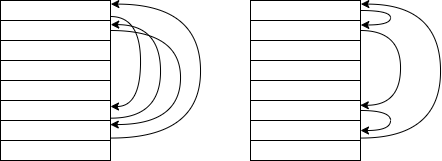
Above: doc/kolloquium/img/incl.png in SomeUserName1/master (draw.io), before the change. Source tidied: cells renumbered, new cells last; positions are measured from the earlier drawing's top-left corner, leaving out a move shared by most shapes. Source of this version:
```xml
<mxGraphModel>
  <root>
    <mxCell id="0" />
    <mxCell id="1" parent="0" />
    <mxCell id="2" style="shape=table;html=1;whiteSpace=wrap;startSize=0;" parent="1" vertex="1">
      <mxGeometry width="110" height="160" as="geometry" />
    </mxCell>
    <mxCell id="3" style="shape=partialRectangle;html=1;whiteSpace=wrap;fillColor=none;top=0;left=0;bottom=0;right=0;points=[[0,0.5],[1,0.5]];portConstraint=eastwest;" parent="2" vertex="1">
      <mxGeometry width="110" height="20" as="geometry" />
    </mxCell>
    <mxCell id="4" style="shape=partialRectangle;html=1;whiteSpace=wrap;top=0;left=0;bottom=0;right=0;overflow=hidden;fillColor=none;" parent="3" vertex="1">
      <mxGeometry width="110" height="20" as="geometry" />
    </mxCell>
    <mxCell id="5" style="shape=partialRectangle;html=1;whiteSpace=wrap;fillColor=none;top=0;left=0;bottom=0;right=0;points=[[0,0.5],[1,0.5]];portConstraint=eastwest;" parent="2" vertex="1">
      <mxGeometry y="20" width="110" height="20" as="geometry" />
    </mxCell>
    <mxCell id="6" style="shape=partialRectangle;html=1;whiteSpace=wrap;top=0;left=0;bottom=0;right=0;overflow=hidden;fillColor=none;" parent="5" vertex="1">
      <mxGeometry width="110" height="20" as="geometry" />
    </mxCell>
    <mxCell id="7" style="shape=partialRectangle;html=1;whiteSpace=wrap;fillColor=none;top=0;left=0;bottom=0;right=0;" parent="2" vertex="1">
      <mxGeometry y="40" width="110" height="20" as="geometry" />
    </mxCell>
    <mxCell id="8" style="shape=partialRectangle;html=1;whiteSpace=wrap;top=0;left=0;bottom=0;right=0;overflow=hidden;fillColor=none;" parent="7" vertex="1">
      <mxGeometry width="110" height="20" as="geometry" />
    </mxCell>
    <mxCell id="9" style="shape=partialRectangle;html=1;whiteSpace=wrap;fillColor=none;top=0;left=0;bottom=0;right=0;" parent="2" vertex="1">
      <mxGeometry y="60" width="110" height="20" as="geometry" />
    </mxCell>
    <mxCell id="10" style="shape=partialRectangle;html=1;whiteSpace=wrap;top=0;left=0;bottom=0;right=0;overflow=hidden;fillColor=none;" parent="9" vertex="1">
      <mxGeometry width="110" height="20" as="geometry" />
    </mxCell>
    <mxCell id="11" style="shape=partialRectangle;html=1;whiteSpace=wrap;fillColor=none;top=0;left=0;bottom=0;right=0;" parent="2" vertex="1">
      <mxGeometry y="80" width="110" height="20" as="geometry" />
    </mxCell>
    <mxCell id="12" style="shape=partialRectangle;html=1;whiteSpace=wrap;top=0;left=0;bottom=0;right=0;overflow=hidden;fillColor=none;" parent="11" vertex="1">
      <mxGeometry width="110" height="20" as="geometry" />
    </mxCell>
    <mxCell id="13" style="shape=partialRectangle;html=1;whiteSpace=wrap;fillColor=none;top=0;left=0;bottom=0;right=0;points=[[0,0.5],[1,0.5]];portConstraint=eastwest;" parent="2" vertex="1">
      <mxGeometry y="100" width="110" height="20" as="geometry" />
    </mxCell>
    <mxCell id="14" style="shape=partialRectangle;html=1;whiteSpace=wrap;top=0;left=0;bottom=0;right=0;overflow=hidden;fillColor=none;" parent="13" vertex="1">
      <mxGeometry width="110" height="20" as="geometry" />
    </mxCell>
    <mxCell id="15" style="shape=partialRectangle;html=1;whiteSpace=wrap;fillColor=none;top=0;left=0;bottom=0;right=0;points=[[0,0.5],[1,0.5]];portConstraint=eastwest;" parent="2" vertex="1">
      <mxGeometry y="120" width="110" height="20" as="geometry" />
    </mxCell>
    <mxCell id="16" style="shape=partialRectangle;html=1;whiteSpace=wrap;top=0;left=0;bottom=0;right=0;overflow=hidden;fillColor=none;" parent="15" vertex="1">
      <mxGeometry width="110" height="20" as="geometry" />
    </mxCell>
    <mxCell id="17" style="shape=partialRectangle;html=1;whiteSpace=wrap;fillColor=none;top=0;left=0;bottom=0;right=0;" parent="2" vertex="1">
      <mxGeometry y="140" width="110" height="20" as="geometry" />
    </mxCell>
    <mxCell id="18" style="shape=partialRectangle;html=1;whiteSpace=wrap;top=0;left=0;bottom=0;right=0;overflow=hidden;fillColor=none;" parent="17" vertex="1">
      <mxGeometry width="110" height="20" as="geometry" />
    </mxCell>
    <mxCell id="19" style="endArrow=classic;html=1;exitX=1.003;exitY=0.883;exitDx=0;exitDy=0;edgeStyle=orthogonalEdgeStyle;exitPerimeter=0;entryX=1.002;entryY=0.206;entryDx=0;entryDy=0;entryPerimeter=0;elbow=vertical;curved=1;" parent="2" edge="1" source="13" target="5">
      <mxGeometry relative="1" as="geometry">
        <Array as="points">
          <mxPoint x="160" y="118" />
          <mxPoint x="160" y="24" />
        </Array>
      </mxGeometry>
    </mxCell>
    <mxCell id="20" style="endArrow=classic;html=1;entryX=0.998;entryY=0.203;entryDx=0;entryDy=0;entryPerimeter=0;exitX=1;exitY=0.5;exitDx=0;exitDy=0;edgeStyle=orthogonalEdgeStyle;curved=1;" parent="2" edge="1" source="5" target="15">
      <mxGeometry relative="1" as="geometry">
        <Array as="points">
          <mxPoint x="180" y="30" />
          <mxPoint x="180" y="124" />
        </Array>
      </mxGeometry>
    </mxCell>
    <mxCell id="21" style="endArrow=classic;html=1;entryX=1.003;entryY=0.18;entryDx=0;entryDy=0;entryPerimeter=0;exitX=1.002;exitY=0.878;exitDx=0;exitDy=0;exitPerimeter=0;edgeStyle=orthogonalEdgeStyle;curved=1;" parent="2" edge="1" source="15" target="3">
      <mxGeometry relative="1" as="geometry">
        <Array as="points">
          <mxPoint x="200" y="138" />
          <mxPoint x="200" y="4" />
        </Array>
      </mxGeometry>
    </mxCell>
    <mxCell id="22" style="shape=table;html=1;whiteSpace=wrap;startSize=0;" parent="1" vertex="1">
      <mxGeometry x="250" width="110" height="160" as="geometry" />
    </mxCell>
    <mxCell id="23" style="shape=partialRectangle;html=1;whiteSpace=wrap;fillColor=none;top=0;left=0;bottom=0;right=0;points=[[0,0.5],[1,0.5]];portConstraint=eastwest;" parent="22" vertex="1">
      <mxGeometry width="110" height="20" as="geometry" />
    </mxCell>
    <mxCell id="24" style="shape=partialRectangle;html=1;whiteSpace=wrap;top=0;left=0;bottom=0;right=0;overflow=hidden;fillColor=none;" parent="23" vertex="1">
      <mxGeometry width="110" height="20" as="geometry" />
    </mxCell>
    <mxCell id="25" style="shape=partialRectangle;html=1;whiteSpace=wrap;fillColor=none;top=0;left=0;bottom=0;right=0;points=[[0,0.5],[1,0.5]];portConstraint=eastwest;" parent="22" vertex="1">
      <mxGeometry y="20" width="110" height="20" as="geometry" />
    </mxCell>
    <mxCell id="26" style="shape=partialRectangle;html=1;whiteSpace=wrap;top=0;left=0;bottom=0;right=0;overflow=hidden;fillColor=none;" parent="25" vertex="1">
      <mxGeometry width="110" height="20" as="geometry" />
    </mxCell>
    <mxCell id="27" style="shape=partialRectangle;html=1;whiteSpace=wrap;fillColor=none;top=0;left=0;bottom=0;right=0;" parent="22" vertex="1">
      <mxGeometry y="40" width="110" height="20" as="geometry" />
    </mxCell>
    <mxCell id="28" style="shape=partialRectangle;html=1;whiteSpace=wrap;top=0;left=0;bottom=0;right=0;overflow=hidden;fillColor=none;" parent="27" vertex="1">
      <mxGeometry width="110" height="20" as="geometry" />
    </mxCell>
    <mxCell id="29" style="shape=partialRectangle;html=1;whiteSpace=wrap;fillColor=none;top=0;left=0;bottom=0;right=0;" parent="22" vertex="1">
      <mxGeometry y="60" width="110" height="20" as="geometry" />
    </mxCell>
    <mxCell id="30" style="shape=partialRectangle;html=1;whiteSpace=wrap;top=0;left=0;bottom=0;right=0;overflow=hidden;fillColor=none;" parent="29" vertex="1">
      <mxGeometry width="110" height="20" as="geometry" />
    </mxCell>
    <mxCell id="31" style="shape=partialRectangle;html=1;whiteSpace=wrap;fillColor=none;top=0;left=0;bottom=0;right=0;" parent="22" vertex="1">
      <mxGeometry y="80" width="110" height="20" as="geometry" />
    </mxCell>
    <mxCell id="32" style="shape=partialRectangle;html=1;whiteSpace=wrap;top=0;left=0;bottom=0;right=0;overflow=hidden;fillColor=none;" parent="31" vertex="1">
      <mxGeometry width="110" height="20" as="geometry" />
    </mxCell>
    <mxCell id="33" style="shape=partialRectangle;html=1;whiteSpace=wrap;fillColor=none;top=0;left=0;bottom=0;right=0;points=[[0,0.5],[1,0.5]];portConstraint=eastwest;" parent="22" vertex="1">
      <mxGeometry y="100" width="110" height="20" as="geometry" />
    </mxCell>
    <mxCell id="34" style="shape=partialRectangle;html=1;whiteSpace=wrap;top=0;left=0;bottom=0;right=0;overflow=hidden;fillColor=none;" parent="33" vertex="1">
      <mxGeometry width="110" height="20" as="geometry" />
    </mxCell>
    <mxCell id="35" style="shape=partialRectangle;html=1;whiteSpace=wrap;fillColor=none;top=0;left=0;bottom=0;right=0;points=[[0,0.5],[1,0.5]];portConstraint=eastwest;" parent="22" vertex="1">
      <mxGeometry y="120" width="110" height="20" as="geometry" />
    </mxCell>
    <mxCell id="36" style="shape=partialRectangle;html=1;whiteSpace=wrap;top=0;left=0;bottom=0;right=0;overflow=hidden;fillColor=none;" parent="35" vertex="1">
      <mxGeometry width="110" height="20" as="geometry" />
    </mxCell>
    <mxCell id="37" style="shape=partialRectangle;html=1;whiteSpace=wrap;fillColor=none;top=0;left=0;bottom=0;right=0;" parent="22" vertex="1">
      <mxGeometry y="140" width="110" height="20" as="geometry" />
    </mxCell>
    <mxCell id="38" style="shape=partialRectangle;html=1;whiteSpace=wrap;top=0;left=0;bottom=0;right=0;overflow=hidden;fillColor=none;" parent="37" vertex="1">
      <mxGeometry width="110" height="20" as="geometry" />
    </mxCell>
    <mxCell id="39" style="endArrow=classic;html=1;exitX=1;exitY=0.5;exitDx=0;exitDy=0;edgeStyle=orthogonalEdgeStyle;entryX=1.003;entryY=0.223;entryDx=0;entryDy=0;entryPerimeter=0;curved=1;" parent="22" edge="1" source="23" target="25">
      <mxGeometry relative="1" as="geometry">
        <Array as="points">
          <mxPoint x="140" y="10" />
          <mxPoint x="140" y="24" />
        </Array>
      </mxGeometry>
    </mxCell>
    <mxCell id="40" style="endArrow=classic;html=1;exitX=1;exitY=0.5;exitDx=0;exitDy=0;edgeStyle=orthogonalEdgeStyle;elbow=vertical;curved=1;entryX=1;entryY=0.5;entryDx=0;entryDy=0;" parent="22" edge="1" source="33" target="35">
      <mxGeometry relative="1" as="geometry">
        <Array as="points">
          <mxPoint x="140" y="110" />
          <mxPoint x="140" y="130" />
        </Array>
      </mxGeometry>
    </mxCell>
    <mxCell id="41" style="endArrow=classic;html=1;entryX=0.998;entryY=0.24;entryDx=0;entryDy=0;entryPerimeter=0;exitX=1;exitY=0.5;exitDx=0;exitDy=0;edgeStyle=orthogonalEdgeStyle;curved=1;" parent="22" edge="1" source="25" target="33">
      <mxGeometry relative="1" as="geometry">
        <Array as="points">
          <mxPoint x="150" y="30" />
          <mxPoint x="150" y="105" />
        </Array>
      </mxGeometry>
    </mxCell>
    <mxCell id="42" style="endArrow=classic;html=1;entryX=1.003;entryY=0.18;entryDx=0;entryDy=0;entryPerimeter=0;exitX=1.002;exitY=0.878;exitDx=0;exitDy=0;exitPerimeter=0;edgeStyle=orthogonalEdgeStyle;curved=1;" parent="22" edge="1" source="35" target="23">
      <mxGeometry relative="1" as="geometry">
        <Array as="points">
          <mxPoint x="190" y="138" />
          <mxPoint x="190" y="4" />
        </Array>
      </mxGeometry>
    </mxCell>
    <mxCell id="43" style="endArrow=classic;html=1;exitX=1;exitY=0.5;exitDx=0;exitDy=0;edgeStyle=orthogonalEdgeStyle;curved=1;" parent="1" edge="1">
      <mxGeometry relative="1" as="geometry">
        <mxPoint x="110" y="16" as="sourcePoint" />
        <mxPoint x="110" y="106" as="targetPoint" />
        <Array as="points">
          <mxPoint x="140" y="16" />
          <mxPoint x="140" y="106" />
        </Array>
      </mxGeometry>
    </mxCell>
  </root>
</mxGraphModel>
```
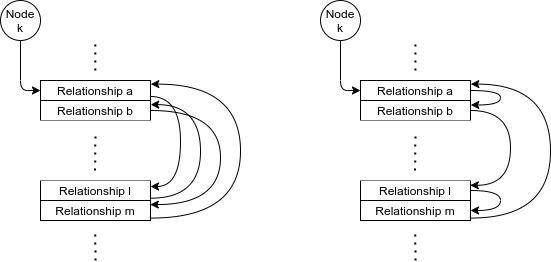
The same diagram one commit later.

Diff of the diagram source:
```diff
@@ -3,56 +3,50 @@
     <mxCell id="0" />
     <mxCell id="1" parent="0" />
     <mxCell id="2" style="shape=table;html=1;whiteSpace=wrap;startSize=0;" parent="1" vertex="1">
-      <mxGeometry width="110" height="160" as="geometry" />
+      <mxGeometry width="110" height="140" as="geometry" />
     </mxCell>
     <mxCell id="3" style="shape=partialRectangle;html=1;whiteSpace=wrap;fillColor=none;top=0;left=0;bottom=0;right=0;points=[[0,0.5],[1,0.5]];portConstraint=eastwest;" parent="2" vertex="1">
       <mxGeometry width="110" height="20" as="geometry" />
     </mxCell>
-    <mxCell id="4" style="shape=partialRectangle;html=1;whiteSpace=wrap;top=0;left=0;bottom=0;right=0;overflow=hidden;fillColor=none;" parent="3" vertex="1">
+    <mxCell id="4" value="Relationship a" style="shape=partialRectangle;html=1;whiteSpace=wrap;top=0;left=0;bottom=0;right=0;overflow=hidden;fillColor=none;" parent="3" vertex="1">
       <mxGeometry width="110" height="20" as="geometry" />
     </mxCell>
     <mxCell id="5" style="shape=partialRectangle;html=1;whiteSpace=wrap;fillColor=none;top=0;left=0;bottom=0;right=0;points=[[0,0.5],[1,0.5]];portConstraint=eastwest;" parent="2" vertex="1">
       <mxGeometry y="20" width="110" height="20" as="geometry" />
     </mxCell>
-    <mxCell id="6" style="shape=partialRectangle;html=1;whiteSpace=wrap;top=0;left=0;bottom=0;right=0;overflow=hidden;fillColor=none;" parent="5" vertex="1">
+    <mxCell id="6" value="Relationship b" style="shape=partialRectangle;html=1;whiteSpace=wrap;top=0;left=0;bottom=0;right=0;overflow=hidden;fillColor=none;" parent="5" vertex="1">
       <mxGeometry width="110" height="20" as="geometry" />
     </mxCell>
+    <mxCell id="9" style="shape=partialRectangle;html=1;whiteSpace=wrap;fillColor=none;top=0;left=0;bottom=0;right=0;" parent="2" vertex="1">
+      <mxGeometry y="40" width="110" height="20" as="geometry" />
+    </mxCell>
+    <mxCell id="10" style="shape=partialRectangle;html=1;whiteSpace=wrap;top=0;left=0;bottom=0;right=0;overflow=hidden;fillColor=none;strokeColor=none;" parent="9" vertex="1">
+      <mxGeometry width="110" height="20" as="geometry" />
+    </mxCell>
     <mxCell id="7" style="shape=partialRectangle;html=1;whiteSpace=wrap;fillColor=none;top=0;left=0;bottom=0;right=0;" parent="2" vertex="1">
-      <mxGeometry y="40" width="110" height="20" as="geometry" />
+      <mxGeometry y="60" width="110" height="20" as="geometry" />
     </mxCell>
-    <mxCell id="8" style="shape=partialRectangle;html=1;whiteSpace=wrap;top=0;left=0;bottom=0;right=0;overflow=hidden;fillColor=none;" parent="7" vertex="1">
+    <mxCell id="8" style="shape=partialRectangle;html=1;whiteSpace=wrap;top=0;left=0;bottom=0;right=0;overflow=hidden;fillColor=none;strokeColor=none;" parent="7" vertex="1">
       <mxGeometry width="110" height="20" as="geometry" />
     </mxCell>
-    <mxCell id="9" style="shape=partialRectangle;html=1;whiteSpace=wrap;fillColor=none;top=0;left=0;bottom=0;right=0;" parent="2" vertex="1">
-      <mxGeometry y="60" width="110" height="20" as="geometry" />
-    </mxCell>
-    <mxCell id="10" style="shape=partialRectangle;html=1;whiteSpace=wrap;top=0;left=0;bottom=0;right=0;overflow=hidden;fillColor=none;" parent="9" vertex="1">
-      <mxGeometry width="110" height="20" as="geometry" />
-    </mxCell>
     <mxCell id="11" style="shape=partialRectangle;html=1;whiteSpace=wrap;fillColor=none;top=0;left=0;bottom=0;right=0;" parent="2" vertex="1">
       <mxGeometry y="80" width="110" height="20" as="geometry" />
     </mxCell>
-    <mxCell id="12" style="shape=partialRectangle;html=1;whiteSpace=wrap;top=0;left=0;bottom=0;right=0;overflow=hidden;fillColor=none;" parent="11" vertex="1">
+    <mxCell id="12" style="shape=partialRectangle;html=1;whiteSpace=wrap;top=0;left=0;bottom=0;right=0;overflow=hidden;fillColor=none;strokeColor=none;" parent="11" vertex="1">
       <mxGeometry width="110" height="20" as="geometry" />
     </mxCell>
     <mxCell id="13" style="shape=partialRectangle;html=1;whiteSpace=wrap;fillColor=none;top=0;left=0;bottom=0;right=0;points=[[0,0.5],[1,0.5]];portConstraint=eastwest;" parent="2" vertex="1">
       <mxGeometry y="100" width="110" height="20" as="geometry" />
     </mxCell>
-    <mxCell id="14" style="shape=partialRectangle;html=1;whiteSpace=wrap;top=0;left=0;bottom=0;right=0;overflow=hidden;fillColor=none;" parent="13" vertex="1">
+    <mxCell id="14" value="Relationship l" style="shape=partialRectangle;html=1;whiteSpace=wrap;top=0;left=0;bottom=0;right=0;overflow=hidden;fillColor=none;" parent="13" vertex="1">
       <mxGeometry width="110" height="20" as="geometry" />
     </mxCell>
     <mxCell id="15" style="shape=partialRectangle;html=1;whiteSpace=wrap;fillColor=none;top=0;left=0;bottom=0;right=0;points=[[0,0.5],[1,0.5]];portConstraint=eastwest;" parent="2" vertex="1">
       <mxGeometry y="120" width="110" height="20" as="geometry" />
     </mxCell>
-    <mxCell id="16" style="shape=partialRectangle;html=1;whiteSpace=wrap;top=0;left=0;bottom=0;right=0;overflow=hidden;fillColor=none;" parent="15" vertex="1">
+    <mxCell id="16" value="Relationship m" style="shape=partialRectangle;html=1;whiteSpace=wrap;top=0;left=0;bottom=0;right=0;overflow=hidden;fillColor=none;" parent="15" vertex="1">
       <mxGeometry width="110" height="20" as="geometry" />
     </mxCell>
-    <mxCell id="17" style="shape=partialRectangle;html=1;whiteSpace=wrap;fillColor=none;top=0;left=0;bottom=0;right=0;" parent="2" vertex="1">
-      <mxGeometry y="140" width="110" height="20" as="geometry" />
-    </mxCell>
-    <mxCell id="18" style="shape=partialRectangle;html=1;whiteSpace=wrap;top=0;left=0;bottom=0;right=0;overflow=hidden;fillColor=none;" parent="17" vertex="1">
-      <mxGeometry width="110" height="20" as="geometry" />
-    </mxCell>
     <mxCell id="19" style="endArrow=classic;html=1;exitX=1.003;exitY=0.883;exitDx=0;exitDy=0;edgeStyle=orthogonalEdgeStyle;exitPerimeter=0;entryX=1.002;entryY=0.206;entryDx=0;entryDy=0;entryPerimeter=0;elbow=vertical;curved=1;" parent="2" edge="1" source="13" target="5">
       <mxGeometry relative="1" as="geometry">
         <Array as="points">
@@ -78,18 +72,18 @@
       </mxGeometry>
     </mxCell>
     <mxCell id="22" style="shape=table;html=1;whiteSpace=wrap;startSize=0;" parent="1" vertex="1">
-      <mxGeometry x="250" width="110" height="160" as="geometry" />
+      <mxGeometry x="320" width="110" height="140" as="geometry" />
     </mxCell>
     <mxCell id="23" style="shape=partialRectangle;html=1;whiteSpace=wrap;fillColor=none;top=0;left=0;bottom=0;right=0;points=[[0,0.5],[1,0.5]];portConstraint=eastwest;" parent="22" vertex="1">
       <mxGeometry width="110" height="20" as="geometry" />
     </mxCell>
-    <mxCell id="24" style="shape=partialRectangle;html=1;whiteSpace=wrap;top=0;left=0;bottom=0;right=0;overflow=hidden;fillColor=none;" parent="23" vertex="1">
+    <mxCell id="24" value="&lt;span&gt;Relationship a&lt;/span&gt;" style="shape=partialRectangle;html=1;whiteSpace=wrap;top=0;left=0;bottom=0;right=0;overflow=hidden;fillColor=none;" parent="23" vertex="1">
       <mxGeometry width="110" height="20" as="geometry" />
     </mxCell>
     <mxCell id="25" style="shape=partialRectangle;html=1;whiteSpace=wrap;fillColor=none;top=0;left=0;bottom=0;right=0;points=[[0,0.5],[1,0.5]];portConstraint=eastwest;" parent="22" vertex="1">
       <mxGeometry y="20" width="110" height="20" as="geometry" />
     </mxCell>
-    <mxCell id="26" style="shape=partialRectangle;html=1;whiteSpace=wrap;top=0;left=0;bottom=0;right=0;overflow=hidden;fillColor=none;" parent="25" vertex="1">
+    <mxCell id="26" value="&lt;span&gt;Relationship b&lt;/span&gt;" style="shape=partialRectangle;html=1;whiteSpace=wrap;top=0;left=0;bottom=0;right=0;overflow=hidden;fillColor=none;" parent="25" vertex="1">
       <mxGeometry width="110" height="20" as="geometry" />
     </mxCell>
     <mxCell id="27" style="shape=partialRectangle;html=1;whiteSpace=wrap;fillColor=none;top=0;left=0;bottom=0;right=0;" parent="22" vertex="1">
@@ -113,21 +107,15 @@
     <mxCell id="33" style="shape=partialRectangle;html=1;whiteSpace=wrap;fillColor=none;top=0;left=0;bottom=0;right=0;points=[[0,0.5],[1,0.5]];portConstraint=eastwest;" parent="22" vertex="1">
       <mxGeometry y="100" width="110" height="20" as="geometry" />
     </mxCell>
-    <mxCell id="34" style="shape=partialRectangle;html=1;whiteSpace=wrap;top=0;left=0;bottom=0;right=0;overflow=hidden;fillColor=none;" parent="33" vertex="1">
+    <mxCell id="34" value="&lt;span&gt;Relationship l&lt;/span&gt;" style="shape=partialRectangle;html=1;whiteSpace=wrap;top=0;left=0;bottom=0;right=0;overflow=hidden;fillColor=none;" parent="33" vertex="1">
       <mxGeometry width="110" height="20" as="geometry" />
     </mxCell>
     <mxCell id="35" style="shape=partialRectangle;html=1;whiteSpace=wrap;fillColor=none;top=0;left=0;bottom=0;right=0;points=[[0,0.5],[1,0.5]];portConstraint=eastwest;" parent="22" vertex="1">
       <mxGeometry y="120" width="110" height="20" as="geometry" />
     </mxCell>
-    <mxCell id="36" style="shape=partialRectangle;html=1;whiteSpace=wrap;top=0;left=0;bottom=0;right=0;overflow=hidden;fillColor=none;" parent="35" vertex="1">
+    <mxCell id="36" value="&lt;span&gt;Relationship m&lt;/span&gt;" style="shape=partialRectangle;html=1;whiteSpace=wrap;top=0;left=0;bottom=0;right=0;overflow=hidden;fillColor=none;" parent="35" vertex="1">
       <mxGeometry width="110" height="20" as="geometry" />
     </mxCell>
-    <mxCell id="37" style="shape=partialRectangle;html=1;whiteSpace=wrap;fillColor=none;top=0;left=0;bottom=0;right=0;" parent="22" vertex="1">
-      <mxGeometry y="140" width="110" height="20" as="geometry" />
-    </mxCell>
-    <mxCell id="38" style="shape=partialRectangle;html=1;whiteSpace=wrap;top=0;left=0;bottom=0;right=0;overflow=hidden;fillColor=none;" parent="37" vertex="1">
-      <mxGeometry width="110" height="20" as="geometry" />
-    </mxCell>
     <mxCell id="39" style="endArrow=classic;html=1;exitX=1;exitY=0.5;exitDx=0;exitDy=0;edgeStyle=orthogonalEdgeStyle;entryX=1.003;entryY=0.223;entryDx=0;entryDy=0;entryPerimeter=0;curved=1;" parent="22" edge="1" source="23" target="25">
       <mxGeometry relative="1" as="geometry">
         <Array as="points">
@@ -170,5 +158,67 @@
         </Array>
       </mxGeometry>
     </mxCell>
+    <mxCell id="44" value="Node k" style="ellipse;whiteSpace=wrap;html=1;" parent="1" vertex="1">
+      <mxGeometry x="-40" y="-80" width="40" height="40" as="geometry" />
+    </mxCell>
+    <mxCell id="45" value="Node k" style="ellipse;whiteSpace=wrap;html=1;" parent="1" vertex="1">
+      <mxGeometry x="280" y="-80" width="40" height="40" as="geometry" />
+    </mxCell>
+    <mxCell id="46" style="endArrow=classic;html=1;exitX=0.5;exitY=1;exitDx=0;exitDy=0;entryX=0;entryY=0.5;entryDx=0;entryDy=0;" parent="1" edge="1" source="45" target="23">
+      <mxGeometry relative="1" as="geometry">
+        <Array as="points">
+          <mxPoint x="300" y="10" />
+        </Array>
+      </mxGeometry>
+    </mxCell>
+    <mxCell id="47" style="endArrow=classic;html=1;exitX=0.5;exitY=1;exitDx=0;exitDy=0;entryX=0;entryY=0.5;entryDx=0;entryDy=0;" parent="1" edge="1" source="44" target="3">
+      <mxGeometry relative="1" as="geometry">
+        <Array as="points">
+          <mxPoint x="-20" y="10" />
+        </Array>
+      </mxGeometry>
+    </mxCell>
+    <mxCell id="48" style="endArrow=none;dashed=1;html=1;dashPattern=1 3;strokeWidth=2;" parent="1" edge="1">
+      <mxGeometry relative="1" as="geometry">
+        <mxPoint x="54.8" y="-10" as="sourcePoint" />
+        <mxPoint x="54.8" y="-40" as="targetPoint" />
+      </mxGeometry>
+    </mxCell>
+    <mxCell id="49" style="endArrow=none;dashed=1;html=1;dashPattern=1 3;strokeWidth=2;" parent="1" edge="1">
+      <mxGeometry relative="1" as="geometry">
+        <mxPoint x="374.9" y="-10" as="sourcePoint" />
+        <mxPoint x="374.9" y="-40" as="targetPoint" />
+      </mxGeometry>
+    </mxCell>
+    <mxCell id="50" style="endArrow=none;dashed=1;html=1;dashPattern=1 3;strokeWidth=2;" parent="1" edge="1">
+      <mxGeometry relative="1" as="geometry">
+        <mxPoint x="375.1" y="180" as="sourcePoint" />
+        <mxPoint x="374.6" y="150" as="targetPoint" />
+      </mxGeometry>
+    </mxCell>
+    <mxCell id="51" style="endArrow=none;dashed=1;html=1;dashPattern=1 3;strokeWidth=2;" parent="1" edge="1">
+      <mxGeometry relative="1" as="geometry">
+        <mxPoint x="55.1" y="180" as="sourcePoint" />
+        <mxPoint x="54.6" y="150" as="targetPoint" />
+      </mxGeometry>
+    </mxCell>
+    <mxCell id="52" style="rounded=0;whiteSpace=wrap;html=1;fillColor=#ffffff;strokeColor=none;glass=0;" parent="1" vertex="1">
+      <mxGeometry x="-5" y="40" width="120" height="60" as="geometry" />
+    </mxCell>
+    <mxCell id="53" style="endArrow=none;dashed=1;html=1;dashPattern=1 3;strokeWidth=2;" parent="1" edge="1">
+      <mxGeometry relative="1" as="geometry">
+        <mxPoint x="54.6" y="90" as="sourcePoint" />
+        <mxPoint x="55" y="50" as="targetPoint" />
+      </mxGeometry>
+    </mxCell>
+    <mxCell id="54" style="rounded=0;whiteSpace=wrap;html=1;fillColor=#ffffff;strokeColor=none;glass=0;sketch=0;shadow=0;overflow=hidden;arcSize=12;" parent="1" vertex="1">
+      <mxGeometry x="310" y="40" width="125" height="60" as="geometry" />
+    </mxCell>
+    <mxCell id="55" style="endArrow=none;dashed=1;html=1;dashPattern=1 3;strokeWidth=2;" parent="1" edge="1">
+      <mxGeometry relative="1" as="geometry">
+        <mxPoint x="374.6" y="90" as="sourcePoint" />
+        <mxPoint x="375" y="50" as="targetPoint" />
+      </mxGeometry>
+    </mxCell>
   </root>
 </mxGraphModel>
```
